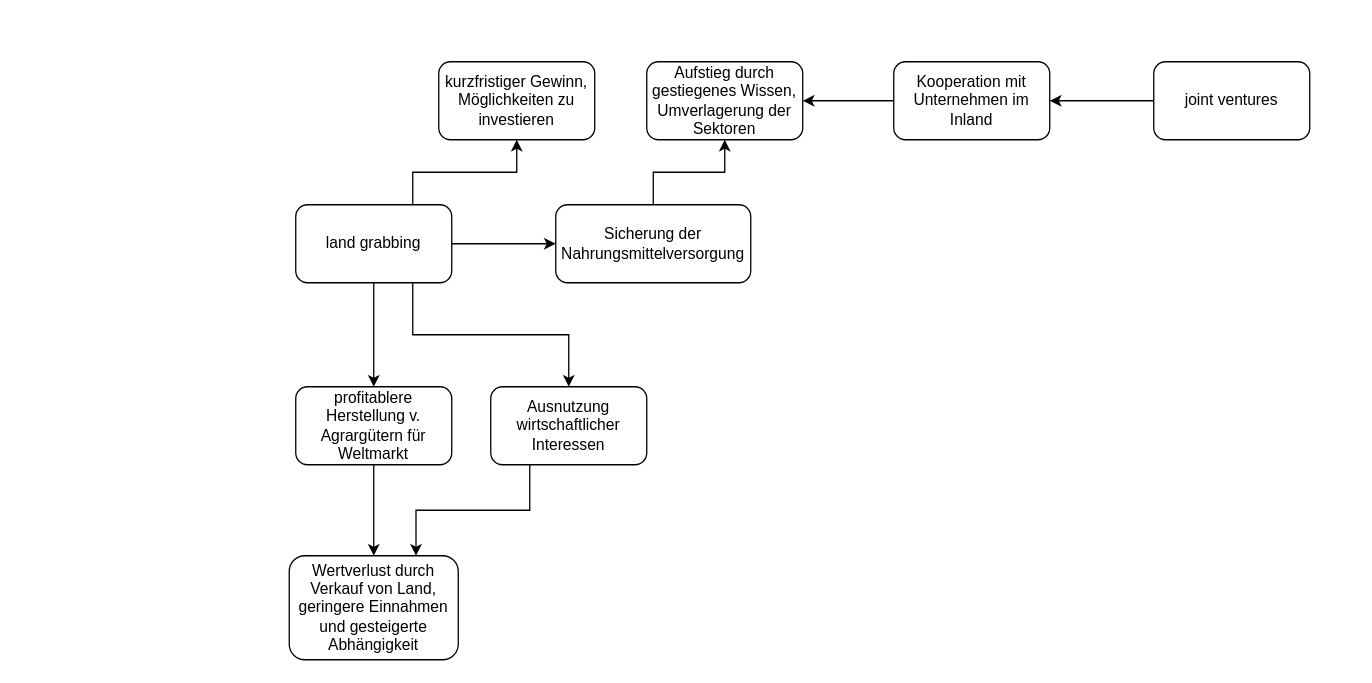
yanniefunny/draw.io keeps this draw.io diagram as Unbenanntes Diagramm.drawio. Above is the earlier version. Source tidied: cells renumbered, new cells numbered last; positions are measured from the earlier drawing's top-left corner, leaving out a move shared by most shapes. Both pictures are drawn from the tidied source at 130%, with x=0, y=0 at pixel (289, 61).
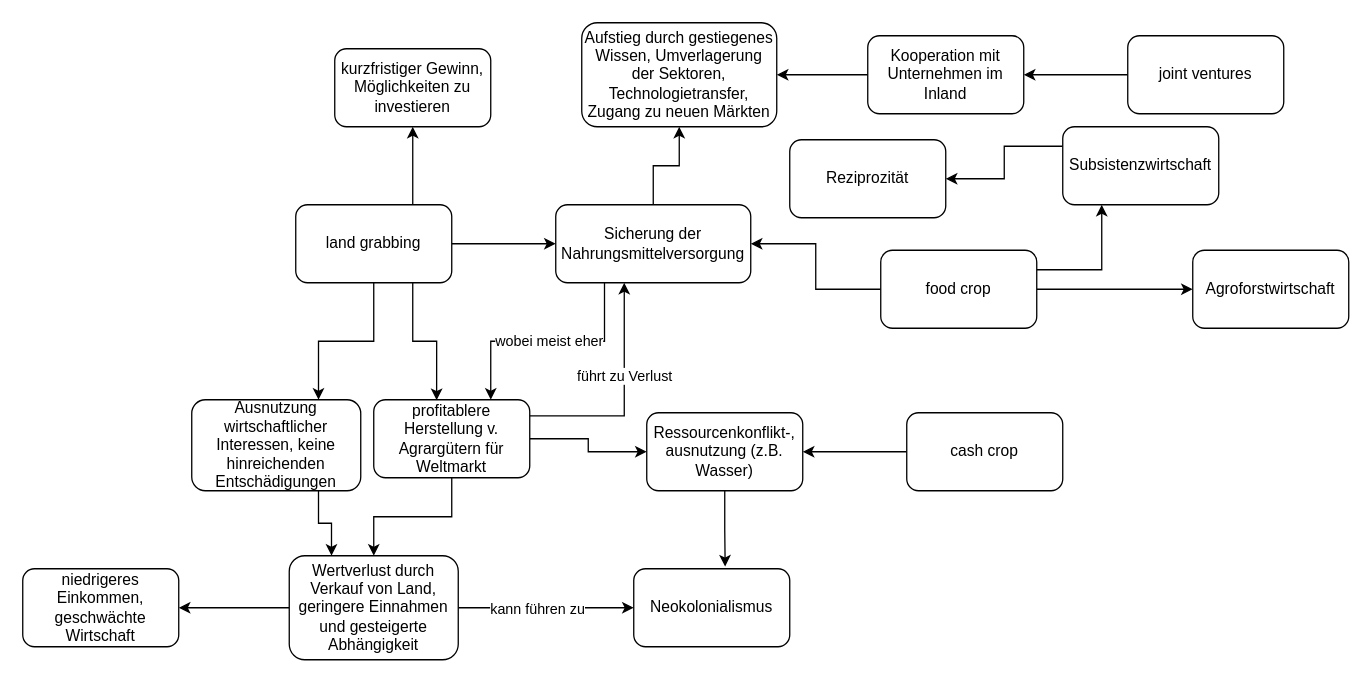
The same diagram, later.

The change refers to these unchanged cells:
```xml
<mxCell id="6" value="land grabbing" style="rounded=1;whiteSpace=wrap;html=1;" parent="1" vertex="1">
  <mxGeometry x="5" y="110" width="120" height="60" as="geometry" />
</mxCell>
<mxCell id="8" value="Sicherung der Nahrungsmittelversorgung" style="rounded=1;whiteSpace=wrap;html=1;" parent="1" vertex="1">
  <mxGeometry x="205" y="110" width="150" height="60" as="geometry" />
</mxCell>
<mxCell id="11" value="Wertverlust durch Verkauf von Land, geringere Einnahmen und gesteigerte Abhängigkeit" style="whiteSpace=wrap;html=1;rounded=1;" parent="1" vertex="1">
  <mxGeometry y="380" width="130" height="80" as="geometry" />
</mxCell>
```

What changed in the source:
```diff
@@
-    <mxCell id="3" style="edgeStyle=orthogonalEdgeStyle;rounded=0;jettySize=auto;html=1;" parent="1" edge="1" source="6" target="10">
-      <mxGeometry relative="1" as="geometry" />
-    </mxCell>
+    <mxCell id="5" style="edgeStyle=orthogonalEdgeStyle;rounded=0;jettySize=auto;html=1;exitX=0.75;exitY=0;exitDx=0;exitDy=0;" parent="1" edge="1" source="6" target="14">
+      <mxGeometry relative="1" as="geometry" />
+    </mxCell>
-    <mxCell id="4" style="edgeStyle=orthogonalEdgeStyle;rounded=0;jettySize=auto;html=1;exitX=0.75;exitY=1;exitDx=0;exitDy=0;" parent="1" edge="1" source="6" target="13">
+    <mxCell id="4" style="edgeStyle=orthogonalEdgeStyle;rounded=0;jettySize=auto;html=1;exitX=0.5;exitY=1;exitDx=0;exitDy=0;entryX=0.75;entryY=0;entryDx=0;entryDy=0;" parent="1" edge="1" source="6" target="13">
       <mxGeometry relative="1" as="geometry" />
     </mxCell>
-    <mxCell id="5" style="edgeStyle=orthogonalEdgeStyle;rounded=0;jettySize=auto;html=1;exitX=0.75;exitY=0;exitDx=0;exitDy=0;" parent="1" edge="1" source="6" target="14">
-      <mxGeometry relative="1" as="geometry" />
-    </mxCell>
@@
+    <mxCell id="20" style="edgeStyle=orthogonalEdgeStyle;rounded=0;jettySize=auto;html=1;exitX=0.25;exitY=1;exitDx=0;exitDy=0;entryX=0.75;entryY=0;entryDx=0;entryDy=0;" parent="1" edge="1" source="8" target="10">
+      <mxGeometry relative="1" as="geometry" />
+    </mxCell>
+    <mxCell id="21" value="wobei meist eher" style="edgeLabel;html=1;align=center;verticalAlign=middle;" parent="20" vertex="1">
+      <mxGeometry x="-0.01" y="-1" relative="1" as="geometry" />
+    </mxCell>
@@
+    <mxCell id="22" style="edgeStyle=orthogonalEdgeStyle;rounded=0;jettySize=auto;html=1;" parent="1" edge="1" source="10" target="26">
+      <mxGeometry relative="1" as="geometry" />
+    </mxCell>
     <mxCell id="10" value="profitablere Herstellung v. Agrargütern für Weltmarkt" style="whiteSpace=wrap;html=1;rounded=1;" parent="1" vertex="1">
-      <mxGeometry x="5" y="250" width="120" height="60" as="geometry" />
+      <mxGeometry x="65" y="260" width="120" height="60" as="geometry" />
     </mxCell>
+    <mxCell id="23" style="edgeStyle=orthogonalEdgeStyle;rounded=0;jettySize=auto;html=1;" parent="1" edge="1" source="11" target="29">
+      <mxGeometry relative="1" as="geometry" />
+    </mxCell>
+    <mxCell id="24" value="kann führen zu" style="edgeLabel;html=1;align=center;verticalAlign=middle;" parent="23" vertex="1">
+      <mxGeometry x="-0.11" relative="1" as="geometry" />
+    </mxCell>
+    <mxCell id="25" style="edgeStyle=orthogonalEdgeStyle;rounded=0;jettySize=auto;html=1;" parent="1" edge="1" source="11" target="31">
+      <mxGeometry relative="1" as="geometry" />
+    </mxCell>
@@
-    <mxCell id="12" style="edgeStyle=orthogonalEdgeStyle;rounded=0;jettySize=auto;html=1;entryX=0.75;entryY=0;entryDx=0;entryDy=0;exitX=0.25;exitY=1;exitDx=0;exitDy=0;" parent="1" edge="1" source="13" target="11">
+    <mxCell id="12" style="edgeStyle=orthogonalEdgeStyle;rounded=0;jettySize=auto;html=1;exitX=0.75;exitY=1;exitDx=0;exitDy=0;entryX=0.25;entryY=0;entryDx=0;entryDy=0;" parent="1" edge="1" source="13" target="11">
       <mxGeometry relative="1" as="geometry" />
     </mxCell>
-    <mxCell id="13" value="Ausnutzung wirtschaftlicher Interessen" style="rounded=1;whiteSpace=wrap;html=1;" parent="1" vertex="1">
-      <mxGeometry x="155" y="250" width="120" height="60" as="geometry" />
+    <mxCell id="13" value="Ausnutzung wirtschaftlicher Interessen, keine hinreichenden Entschädigungen" style="rounded=1;whiteSpace=wrap;html=1;" parent="1" vertex="1">
+      <mxGeometry x="-75" y="260" width="130" height="70" as="geometry" />
     </mxCell>
     <mxCell id="14" value="kurzfristiger Gewinn, Möglichkeiten zu investieren" style="rounded=1;whiteSpace=wrap;html=1;" parent="1" vertex="1">
-      <mxGeometry x="115" width="120" height="60" as="geometry" />
+      <mxGeometry x="35" y="-10" width="120" height="60" as="geometry" />
     </mxCell>
-    <mxCell id="15" value="Aufstieg durch gestiegenes Wissen, Umverlagerung der Sektoren" style="rounded=1;whiteSpace=wrap;html=1;" parent="1" vertex="1">
-      <mxGeometry x="275" width="120" height="60" as="geometry" />
+    <mxCell id="15" value="Aufstieg durch gestiegenes Wissen, Umverlagerung der Sektoren, Technologietransfer, Zugang zu neuen Märkten" style="rounded=1;whiteSpace=wrap;html=1;" parent="1" vertex="1">
+      <mxGeometry x="225" y="-30" width="150" height="80" as="geometry" />
     </mxCell>
@@
     <mxCell id="17" value="Kooperation mit Unternehmen im Inland" style="rounded=1;whiteSpace=wrap;html=1;" parent="1" vertex="1">
-      <mxGeometry x="465" width="120" height="60" as="geometry" />
+      <mxGeometry x="445" y="-20" width="120" height="60" as="geometry" />
     </mxCell>
@@
     <mxCell id="19" value="joint ventures" style="rounded=1;whiteSpace=wrap;html=1;" parent="1" vertex="1">
-      <mxGeometry x="665" width="120" height="60" as="geometry" />
+      <mxGeometry x="645" y="-20" width="120" height="60" as="geometry" />
     </mxCell>
+    <mxCell id="26" value="Ressourcenkonflikt-, ausnutzung (z.B. Wasser)" style="whiteSpace=wrap;html=1;rounded=1;" parent="1" vertex="1">
+      <mxGeometry x="275" y="270" width="120" height="60" as="geometry" />
+    </mxCell>
+    <mxCell id="3" style="edgeStyle=orthogonalEdgeStyle;rounded=0;jettySize=auto;html=1;exitX=0.75;exitY=1;exitDx=0;exitDy=0;entryX=0.403;entryY=0.006;entryDx=0;entryDy=0;entryPerimeter=0;" parent="1" edge="1" source="6" target="10">
+      <mxGeometry relative="1" as="geometry" />
+    </mxCell>
+    <mxCell id="27" style="edgeStyle=orthogonalEdgeStyle;rounded=0;orthogonalLoop=1;jettySize=auto;html=1;exitX=1;exitY=0.25;exitDx=0;exitDy=0;entryX=0.351;entryY=1.044;entryDx=0;entryDy=0;entryPerimeter=0;" parent="1" edge="1">
+      <mxGeometry relative="1" as="geometry">
+        <mxPoint x="185" y="272.4" as="sourcePoint" />
+        <mxPoint x="257.7" y="170" as="targetPoint" />
+        <Array as="points">
+          <mxPoint x="258" y="272" />
+        </Array>
+      </mxGeometry>
+    </mxCell>
+    <mxCell id="28" value="führt zu Verlust " style="edgeLabel;html=1;align=center;verticalAlign=middle;" parent="27" vertex="1">
+      <mxGeometry x="0.19" relative="1" as="geometry" />
+    </mxCell>
+    <mxCell id="29" value="Neokolonialismus" style="whiteSpace=wrap;html=1;rounded=1;" parent="1" vertex="1">
+      <mxGeometry x="265" y="390" width="120" height="60" as="geometry" />
+    </mxCell>
+    <mxCell id="30" style="edgeStyle=orthogonalEdgeStyle;rounded=0;jettySize=auto;html=1;exitX=0.5;exitY=1;exitDx=0;exitDy=0;entryX=0.586;entryY=-0.028;entryDx=0;entryDy=0;entryPerimeter=0;" parent="1" edge="1" source="26" target="29">
+      <mxGeometry relative="1" as="geometry" />
+    </mxCell>
+    <mxCell id="31" value="niedrigeres Einkommen, geschwächte Wirtschaft" style="whiteSpace=wrap;html=1;rounded=1;" parent="1" vertex="1">
+      <mxGeometry x="-205" y="390" width="120" height="60" as="geometry" />
+    </mxCell>
+    <mxCell id="32" style="edgeStyle=orthogonalEdgeStyle;rounded=0;jettySize=auto;html=1;exitX=0;exitY=0.5;exitDx=0;exitDy=0;entryX=1;entryY=0.5;entryDx=0;entryDy=0;" parent="1" edge="1" source="33" target="26">
+      <mxGeometry relative="1" as="geometry" />
+    </mxCell>
+    <mxCell id="33" value="cash crop" style="rounded=1;whiteSpace=wrap;html=1;" parent="1" vertex="1">
+      <mxGeometry x="475" y="270" width="120" height="60" as="geometry" />
+    </mxCell>
+    <mxCell id="34" style="edgeStyle=orthogonalEdgeStyle;rounded=0;jettySize=auto;html=1;exitX=0;exitY=0.5;exitDx=0;exitDy=0;entryX=1;entryY=0.5;entryDx=0;entryDy=0;" parent="1" edge="1" source="37" target="8">
+      <mxGeometry relative="1" as="geometry" />
+    </mxCell>
+    <mxCell id="35" style="edgeStyle=orthogonalEdgeStyle;rounded=0;jettySize=auto;html=1;exitX=1;exitY=0.25;exitDx=0;exitDy=0;entryX=0.25;entryY=1;entryDx=0;entryDy=0;" parent="1" edge="1" source="37" target="39">
+      <mxGeometry relative="1" as="geometry" />
+    </mxCell>
+    <mxCell id="36" style="edgeStyle=orthogonalEdgeStyle;rounded=0;jettySize=auto;html=1;exitX=1;exitY=0.5;exitDx=0;exitDy=0;entryX=0;entryY=0.5;entryDx=0;entryDy=0;" parent="1" edge="1" source="37" target="41">
+      <mxGeometry relative="1" as="geometry" />
+    </mxCell>
+    <mxCell id="37" value="food crop" style="rounded=1;whiteSpace=wrap;html=1;" parent="1" vertex="1">
+      <mxGeometry x="455" y="145" width="120" height="60" as="geometry" />
+    </mxCell>
+    <mxCell id="38" style="edgeStyle=orthogonalEdgeStyle;rounded=0;jettySize=auto;html=1;exitX=0;exitY=0.25;exitDx=0;exitDy=0;" parent="1" edge="1" source="39" target="40">
+      <mxGeometry relative="1" as="geometry" />
+    </mxCell>
+    <mxCell id="39" value="Subsistenzwirtschaft" style="rounded=1;whiteSpace=wrap;html=1;" parent="1" vertex="1">
+      <mxGeometry x="595" y="50" width="120" height="60" as="geometry" />
+    </mxCell>
+    <mxCell id="40" value="Reziprozität" style="rounded=1;whiteSpace=wrap;html=1;" parent="1" vertex="1">
+      <mxGeometry x="385" y="60" width="120" height="60" as="geometry" />
+    </mxCell>
+    <mxCell id="41" value="Agroforstwirtschaft" style="rounded=1;whiteSpace=wrap;html=1;" parent="1" vertex="1">
+      <mxGeometry x="695" y="145" width="120" height="60" as="geometry" />
+    </mxCell>
```
